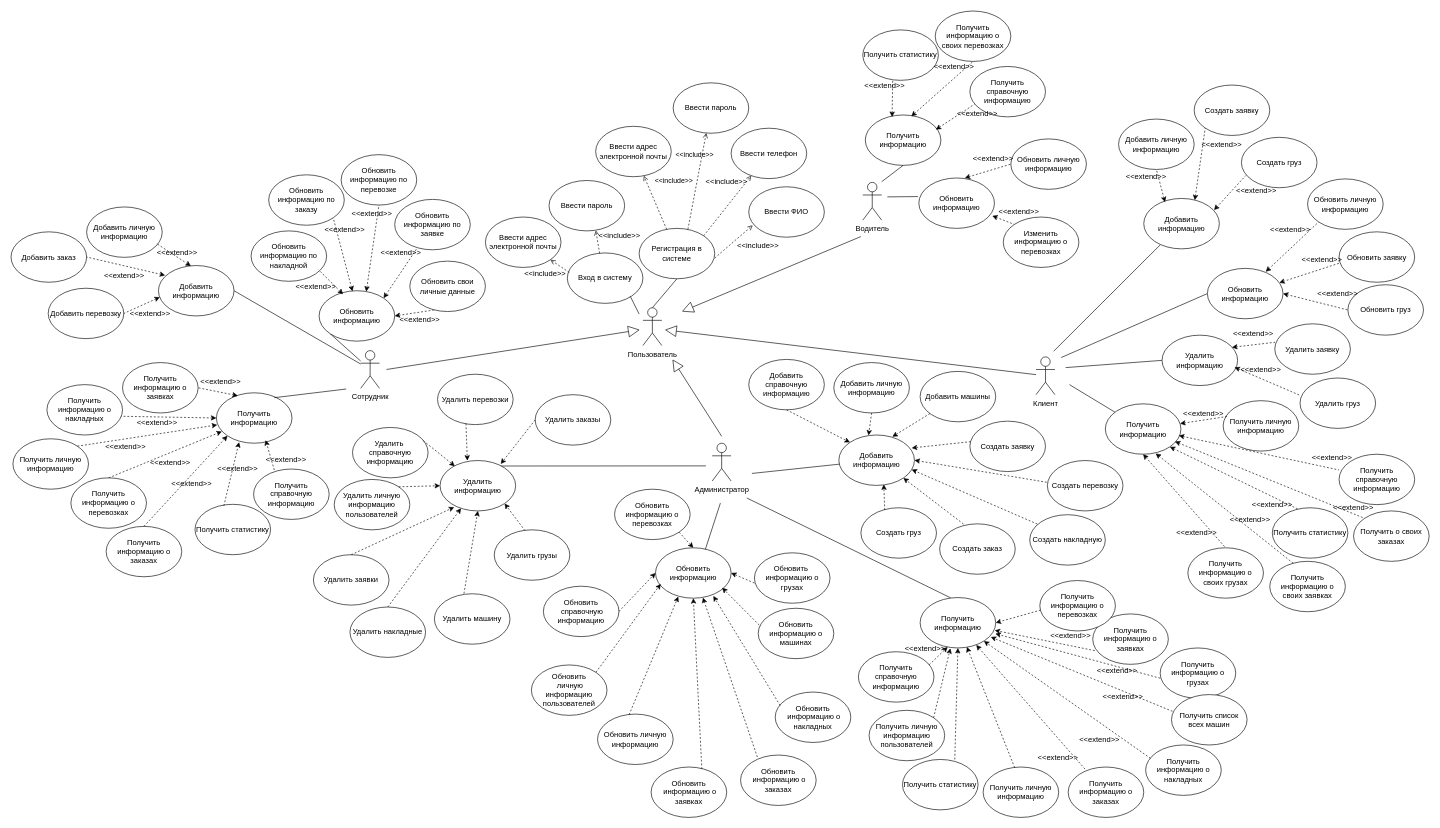
Before: kursachIspolzovanie.drawio in Alexander-Bankov/draw, a draw.io diagram. Source tidied: cells renumbered, new cells numbered last; positions are measured from the earlier drawing's top-left corner, leaving out a move shared by most shapes. Both pictures are drawn from the tidied source at 63%, with x=0, y=0 at pixel (11, 11).
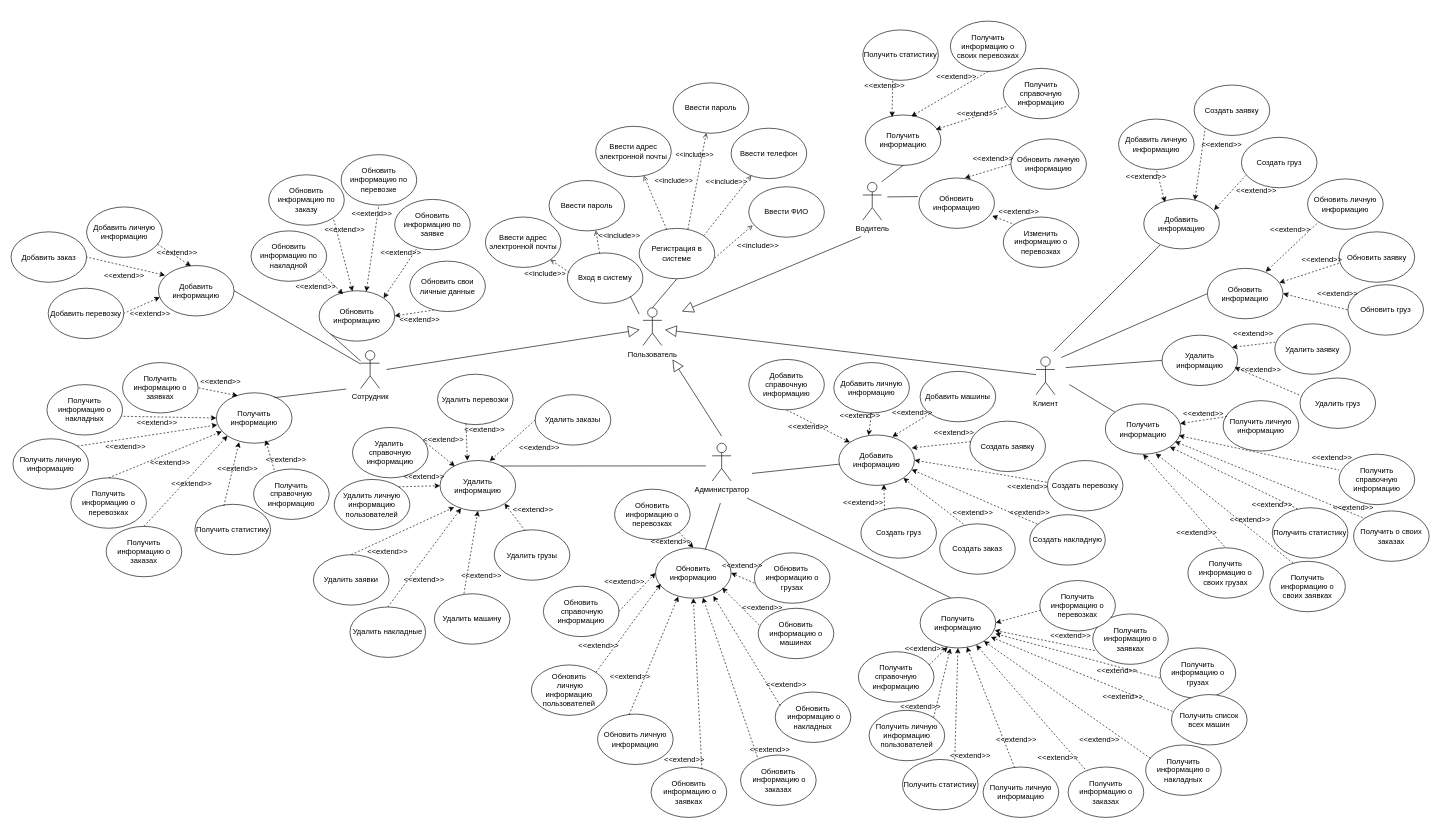
The same page after the edit.

Unchanged cells that the change refers to:
```xml
<mxCell id="202" value="Удалить информацию" style="ellipse;whiteSpace=wrap;html=1;" parent="1" vertex="1">
  <mxGeometry x="681" y="713.5" width="120" height="80" as="geometry" />
</mxCell>
<mxCell id="207" value="Удалить заказы" style="ellipse;whiteSpace=wrap;html=1;" parent="1" vertex="1">
  <mxGeometry x="832" y="609" width="120" height="80" as="geometry" />
</mxCell>
```

Diff of the diagram source:
```diff
@@
     <mxCell id="83" value="Получить справочную информацию" style="ellipse;whiteSpace=wrap;html=1;" parent="1" vertex="1">
-      <mxGeometry x="1522" y="88" width="120" height="80" as="geometry" />
+      <mxGeometry x="1575" y="91" width="120" height="80" as="geometry" />
     </mxCell>
     <mxCell id="84" value="Получить информацию о своих перевозках" style="ellipse;whiteSpace=wrap;html=1;" parent="1" vertex="1">
-      <mxGeometry x="1467" width="120" height="80" as="geometry" />
+      <mxGeometry x="1491" y="16" width="120" height="80" as="geometry" />
     </mxCell>
@@
     <mxCell id="137" value="&amp;lt;&amp;lt;extend&amp;gt;&amp;gt;" style="text;html=1;align=center;verticalAlign=middle;whiteSpace=wrap;rounded=0;" parent="1" vertex="1">
-      <mxGeometry x="1472" y="80" width="50" height="16" as="geometry" />
+      <mxGeometry x="1476" y="96" width="50" height="16" as="geometry" />
     </mxCell>
@@
-    <mxCell id="214" style="endArrow=classic;html=1;rounded=0;exitX=0;exitY=0.5;exitDx=0;exitDy=0;entryX=0.803;entryY=0.068;entryDx=0;entryDy=0;entryPerimeter=0;dashed=1;" parent="1" edge="1" source="207" target="202">
+    <mxCell id="214" style="endArrow=classic;html=1;rounded=0;exitX=0;exitY=0.5;exitDx=0;exitDy=0;dashed=1;entryX=0.658;entryY=0.009;entryDx=0;entryDy=0;entryPerimeter=0;" parent="1" edge="1" source="207" target="202">
       <mxGeometry relative="1" as="geometry" />
     </mxCell>
@@
+    <mxCell id="235" value="&amp;lt;&amp;lt;extend&amp;gt;&amp;gt;" style="text;html=1;align=center;verticalAlign=middle;whiteSpace=wrap;rounded=0;" parent="1" vertex="1">
+      <mxGeometry x="908" y="1000" width="50" height="16" as="geometry" />
+    </mxCell>
+    <mxCell id="236" value="&amp;lt;&amp;lt;extend&amp;gt;&amp;gt;" style="text;html=1;align=center;verticalAlign=middle;whiteSpace=wrap;rounded=0;" parent="1" vertex="1">
+      <mxGeometry x="631" y="731" width="50" height="16" as="geometry" />
+    </mxCell>
+    <mxCell id="237" value="&amp;lt;&amp;lt;extend&amp;gt;&amp;gt;" style="text;html=1;align=center;verticalAlign=middle;whiteSpace=wrap;rounded=0;" parent="1" vertex="1">
+      <mxGeometry x="573" y="850" width="50" height="16" as="geometry" />
+    </mxCell>
+    <mxCell id="238" value="&amp;lt;&amp;lt;extend&amp;gt;&amp;gt;" style="text;html=1;align=center;verticalAlign=middle;whiteSpace=wrap;rounded=0;" parent="1" vertex="1">
+      <mxGeometry x="631" y="895" width="50" height="16" as="geometry" />
+    </mxCell>
+    <mxCell id="239" value="&amp;lt;&amp;lt;extend&amp;gt;&amp;gt;" style="text;html=1;align=center;verticalAlign=middle;whiteSpace=wrap;rounded=0;" parent="1" vertex="1">
+      <mxGeometry x="804" y="783.5" width="50" height="16" as="geometry" />
+    </mxCell>
+    <mxCell id="240" value="&amp;lt;&amp;lt;extend&amp;gt;&amp;gt;" style="text;html=1;align=center;verticalAlign=middle;whiteSpace=wrap;rounded=0;" parent="1" vertex="1">
+      <mxGeometry x="722" y="888" width="50" height="16" as="geometry" />
+    </mxCell>
+    <mxCell id="241" value="&amp;lt;&amp;lt;extend&amp;gt;&amp;gt;" style="text;html=1;align=center;verticalAlign=middle;whiteSpace=wrap;rounded=0;" parent="1" vertex="1">
+      <mxGeometry x="949" y="898" width="50" height="16" as="geometry" />
+    </mxCell>
+    <mxCell id="242" value="&amp;lt;&amp;lt;extend&amp;gt;&amp;gt;" style="text;html=1;align=center;verticalAlign=middle;whiteSpace=wrap;rounded=0;" parent="1" vertex="1">
+      <mxGeometry x="662" y="673" width="50" height="16" as="geometry" />
+    </mxCell>
+    <mxCell id="243" value="&amp;lt;&amp;lt;extend&amp;gt;&amp;gt;" style="text;html=1;align=center;verticalAlign=middle;whiteSpace=wrap;rounded=0;" parent="1" vertex="1">
+      <mxGeometry x="727" y="656.5" width="50" height="16" as="geometry" />
+    </mxCell>
+    <mxCell id="244" value="&amp;lt;&amp;lt;extend&amp;gt;&amp;gt;" style="text;html=1;align=center;verticalAlign=middle;whiteSpace=wrap;rounded=0;" parent="1" vertex="1">
+      <mxGeometry x="814" y="686" width="50" height="16" as="geometry" />
+    </mxCell>
+    <mxCell id="245" value="&amp;lt;&amp;lt;extend&amp;gt;&amp;gt;" style="text;html=1;align=center;verticalAlign=middle;whiteSpace=wrap;rounded=0;" parent="1" vertex="1">
+      <mxGeometry x="1241" y="652" width="50" height="16" as="geometry" />
+    </mxCell>
+    <mxCell id="246" value="&amp;lt;&amp;lt;extend&amp;gt;&amp;gt;" style="text;html=1;align=center;verticalAlign=middle;whiteSpace=wrap;rounded=0;" parent="1" vertex="1">
+      <mxGeometry x="958" y="1049" width="50" height="16" as="geometry" />
+    </mxCell>
+    <mxCell id="247" value="&amp;lt;&amp;lt;extend&amp;gt;&amp;gt;" style="text;html=1;align=center;verticalAlign=middle;whiteSpace=wrap;rounded=0;" parent="1" vertex="1">
+      <mxGeometry x="1044" y="1180" width="50" height="16" as="geometry" />
+    </mxCell>
+    <mxCell id="248" value="&amp;lt;&amp;lt;extend&amp;gt;&amp;gt;" style="text;html=1;align=center;verticalAlign=middle;whiteSpace=wrap;rounded=0;" parent="1" vertex="1">
+      <mxGeometry x="1136" y="872" width="50" height="16" as="geometry" />
+    </mxCell>
+    <mxCell id="249" value="&amp;lt;&amp;lt;extend&amp;gt;&amp;gt;" style="text;html=1;align=center;verticalAlign=middle;whiteSpace=wrap;rounded=0;" parent="1" vertex="1">
+      <mxGeometry x="1168" y="940" width="50" height="16" as="geometry" />
+    </mxCell>
+    <mxCell id="250" value="&amp;lt;&amp;lt;extend&amp;gt;&amp;gt;" style="text;html=1;align=center;verticalAlign=middle;whiteSpace=wrap;rounded=0;" parent="1" vertex="1">
+      <mxGeometry x="1323" y="635" width="50" height="16" as="geometry" />
+    </mxCell>
+    <mxCell id="251" value="&amp;lt;&amp;lt;extend&amp;gt;&amp;gt;" style="text;html=1;align=center;verticalAlign=middle;whiteSpace=wrap;rounded=0;" parent="1" vertex="1">
+      <mxGeometry x="1406" y="629" width="50" height="16" as="geometry" />
+    </mxCell>
+    <mxCell id="252" value="&amp;lt;&amp;lt;extend&amp;gt;&amp;gt;" style="text;html=1;align=center;verticalAlign=middle;whiteSpace=wrap;rounded=0;" parent="1" vertex="1">
+      <mxGeometry x="1328" y="773" width="50" height="16" as="geometry" />
+    </mxCell>
+    <mxCell id="253" value="&amp;lt;&amp;lt;extend&amp;gt;&amp;gt;" style="text;html=1;align=center;verticalAlign=middle;whiteSpace=wrap;rounded=0;" parent="1" vertex="1">
+      <mxGeometry x="1180" y="1164" width="50" height="16" as="geometry" />
+    </mxCell>
+    <mxCell id="254" value="&amp;lt;&amp;lt;extend&amp;gt;&amp;gt;" style="text;html=1;align=center;verticalAlign=middle;whiteSpace=wrap;rounded=0;" parent="1" vertex="1">
+      <mxGeometry x="1206" y="1062" width="50" height="16" as="geometry" />
+    </mxCell>
+    <mxCell id="255" value="&amp;lt;&amp;lt;extend&amp;gt;&amp;gt;" style="text;html=1;align=center;verticalAlign=middle;whiteSpace=wrap;rounded=0;" parent="1" vertex="1">
+      <mxGeometry x="1023" y="834" width="50" height="16" as="geometry" />
+    </mxCell>
+    <mxCell id="256" value="&amp;lt;&amp;lt;extend&amp;gt;&amp;gt;" style="text;html=1;align=center;verticalAlign=middle;whiteSpace=wrap;rounded=0;" parent="1" vertex="1">
+      <mxGeometry x="1502" y="788.5" width="50" height="16" as="geometry" />
+    </mxCell>
+    <mxCell id="257" value="&amp;lt;&amp;lt;extend&amp;gt;&amp;gt;" style="text;html=1;align=center;verticalAlign=middle;whiteSpace=wrap;rounded=0;" parent="1" vertex="1">
+      <mxGeometry x="1592" y="788.5" width="50" height="16" as="geometry" />
+    </mxCell>
+    <mxCell id="258" value="&amp;lt;&amp;lt;extend&amp;gt;&amp;gt;" style="text;html=1;align=center;verticalAlign=middle;whiteSpace=wrap;rounded=0;" parent="1" vertex="1">
+      <mxGeometry x="1589" y="747" width="50" height="16" as="geometry" />
+    </mxCell>
+    <mxCell id="259" value="&amp;lt;&amp;lt;extend&amp;gt;&amp;gt;" style="text;html=1;align=center;verticalAlign=middle;whiteSpace=wrap;rounded=0;" parent="1" vertex="1">
+      <mxGeometry x="1472" y="661" width="50" height="16" as="geometry" />
+    </mxCell>
+    <mxCell id="260" value="&amp;lt;&amp;lt;extend&amp;gt;&amp;gt;" style="text;html=1;align=center;verticalAlign=middle;whiteSpace=wrap;rounded=0;" parent="1" vertex="1">
+      <mxGeometry x="1571" y="1149" width="50" height="16" as="geometry" />
+    </mxCell>
+    <mxCell id="261" value="&amp;lt;&amp;lt;extend&amp;gt;&amp;gt;" style="text;html=1;align=center;verticalAlign=middle;whiteSpace=wrap;rounded=0;" parent="1" vertex="1">
+      <mxGeometry x="1498" y="1174" width="50" height="16" as="geometry" />
+    </mxCell>
+    <mxCell id="262" value="&amp;lt;&amp;lt;extend&amp;gt;&amp;gt;" style="text;html=1;align=center;verticalAlign=middle;whiteSpace=wrap;rounded=0;" parent="1" vertex="1">
+      <mxGeometry x="1419" y="1097" width="50" height="16" as="geometry" />
+    </mxCell>
```
